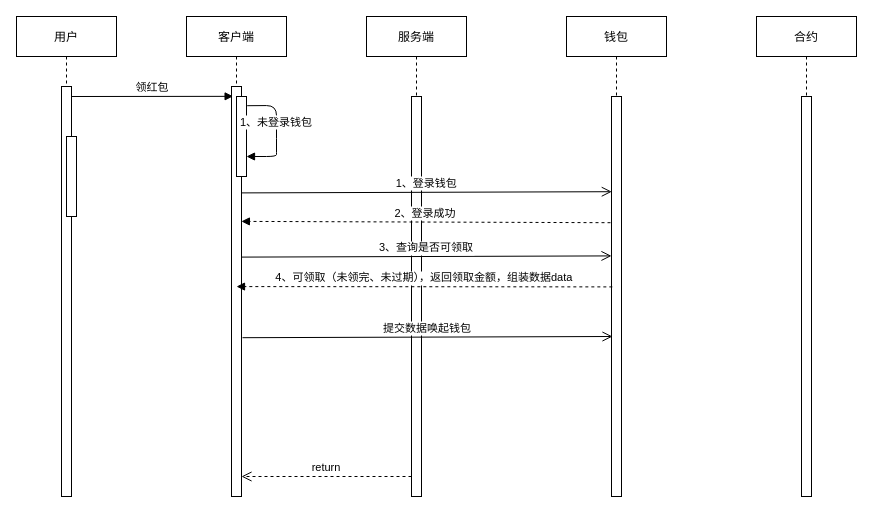
The draw.io diagram 未命名绘图.drawio in limate/draw, before the edit. Source tidied: cells renumbered, new cells numbered last; positions are measured from the earlier drawing's top-left corner, leaving out a move shared by most shapes. Both pictures are drawn from the tidied source at 100%, with x=0, y=0 at pixel (16, 16).
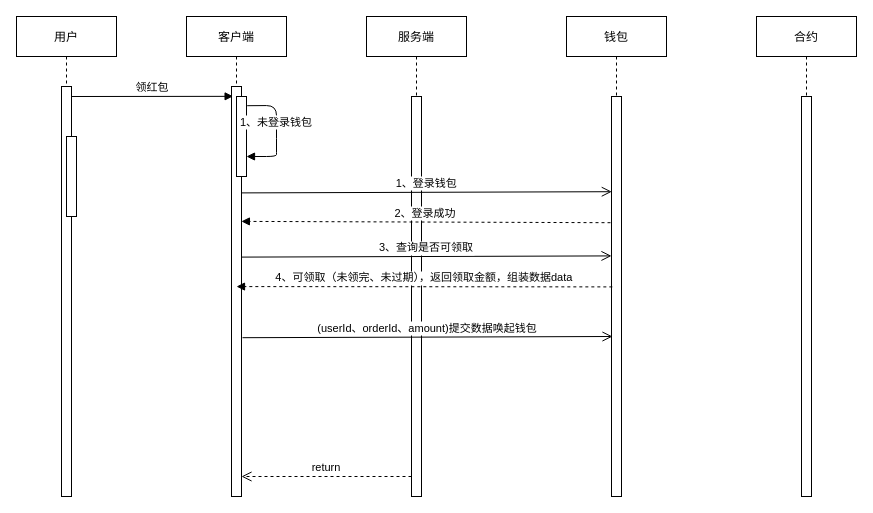
The same page after the edit.

The edit, as a diff of the source:
```diff
@@
-    <mxCell id="21" value="提交数据唤起钱包" style="verticalAlign=bottom;endArrow=open;endSize=8;shadow=0;strokeWidth=1;exitX=1.027;exitY=0.318;exitDx=0;exitDy=0;exitPerimeter=0;entryX=0.028;entryY=0.298;entryDx=0;entryDy=0;entryPerimeter=0;" parent="1" edge="1">
+    <mxCell id="21" value="(userId、orderId、amount)提交数据唤起钱包" style="verticalAlign=bottom;endArrow=open;endSize=8;shadow=0;strokeWidth=1;exitX=1.027;exitY=0.318;exitDx=0;exitDy=0;exitPerimeter=0;entryX=0.028;entryY=0.298;entryDx=0;entryDy=0;entryPerimeter=0;" parent="1" edge="1">
       <mxGeometry relative="1" as="geometry">
         <mxPoint x="226" y="321.2" as="sourcePoint" />
         <mxPoint x="596" y="320" as="targetPoint" />
       </mxGeometry>
     </mxCell>
```
